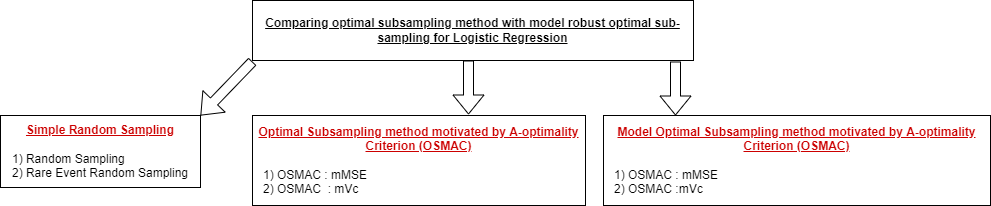
Amalan-ConStat/RS_OS_MROS_PR_TwoVar_Normal keeps this draw.io diagram as Images/All Methods Figure.png. Above is the earlier version. Source tidied: cells renumbered, new cells last; positions are measured from the earlier drawing's top-left corner, leaving out a move shared by most shapes.
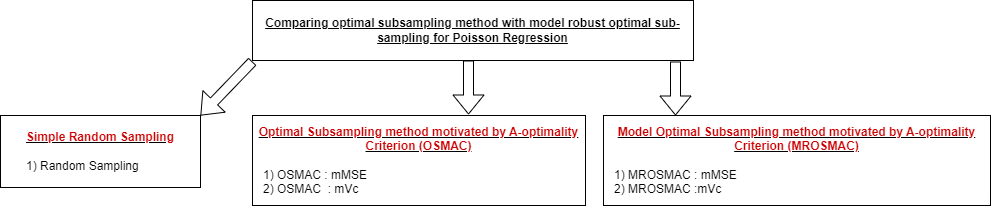
The same diagram one commit later.

Diff of the diagram source:
```diff
@@ -2,16 +2,16 @@
   <root>
     <mxCell id="0" />
     <mxCell id="1" parent="0" />
-    <mxCell id="2" value="&lt;div&gt;&lt;span&gt;&lt;u&gt;&lt;b&gt;&lt;font color=&quot;#cc0000&quot;&gt;Simple Random Sampling&lt;/font&gt;&lt;/b&gt;&lt;/u&gt;&lt;/span&gt;&lt;/div&gt;&lt;div&gt;&lt;span&gt;&lt;br&gt;&lt;/span&gt;&lt;/div&gt;&lt;div style=&quot;text-align: left&quot;&gt;&lt;span&gt;1) Random Sampling&lt;/span&gt;&lt;/div&gt;&lt;div style=&quot;text-align: left&quot;&gt;&lt;span&gt;2) Rare Event Random Sampling&lt;/span&gt;&lt;/div&gt;" style="rounded=0;whiteSpace=wrap;html=1;align=center;" parent="1" vertex="1">
+    <mxCell id="2" value="&lt;div&gt;&lt;span&gt;&lt;u&gt;&lt;b&gt;&lt;font color=&quot;#cc0000&quot;&gt;Simple Random Sampling&lt;/font&gt;&lt;/b&gt;&lt;/u&gt;&lt;/span&gt;&lt;/div&gt;&lt;div&gt;&lt;span&gt;&lt;br&gt;&lt;/span&gt;&lt;/div&gt;&lt;div style=&quot;text-align: left&quot;&gt;&lt;span&gt;1) Random Sampling&lt;br&gt;&lt;/span&gt;&lt;/div&gt;" style="rounded=0;whiteSpace=wrap;html=1;align=center;" parent="1" vertex="1">
       <mxGeometry y="115" width="200" height="72" as="geometry" />
     </mxCell>
     <mxCell id="3" value="&lt;b&gt;&lt;u&gt;&lt;font color=&quot;#cc0000&quot;&gt;Optimal Subsampling method motivated by A-optimality Criterion (OSMAC)&lt;/font&gt;&lt;br&gt;&lt;/u&gt;&lt;/b&gt;&lt;br&gt;&lt;div style=&quot;text-align: justify&quot;&gt;&lt;span&gt;&amp;nbsp; &amp;nbsp;1) OSMAC : mMSE&lt;/span&gt;&lt;/div&gt;&lt;div style=&quot;text-align: justify&quot;&gt;&lt;span&gt;&amp;nbsp; &amp;nbsp;2) OSMAC&amp;nbsp; : mVc&lt;/span&gt;&lt;/div&gt;" style="rounded=0;whiteSpace=wrap;html=1;" parent="1" vertex="1">
       <mxGeometry x="252" y="115" width="333" height="90" as="geometry" />
     </mxCell>
-    <mxCell id="4" value="Comparing optimal subsampling method with model robust optimal sub-sampling for Logistic Regression" style="rounded=0;whiteSpace=wrap;html=1;fontStyle=5;" parent="1" vertex="1">
+    <mxCell id="4" value="Comparing optimal subsampling method with model robust optimal sub-sampling for Poisson Regression" style="rounded=0;whiteSpace=wrap;html=1;fontStyle=5;" parent="1" vertex="1">
       <mxGeometry x="252" width="441" height="60" as="geometry" />
     </mxCell>
-    <mxCell id="5" value="&lt;b&gt;&lt;u&gt;&lt;font color=&quot;#cc0000&quot;&gt;Model Optimal Subsampling method motivated by A-optimality Criterion (OSMAC)&lt;/font&gt;&lt;br&gt;&lt;/u&gt;&lt;/b&gt;&lt;br&gt;&lt;div style=&quot;text-align: justify&quot;&gt;&lt;span&gt;&amp;nbsp; &amp;nbsp;1) OSMAC : mMSE&lt;/span&gt;&lt;/div&gt;&lt;div style=&quot;text-align: justify&quot;&gt;&lt;span&gt;&amp;nbsp; &amp;nbsp;2) OSMAC :mVc&lt;/span&gt;&lt;/div&gt;" style="rounded=0;whiteSpace=wrap;html=1;" parent="1" vertex="1">
+    <mxCell id="5" value="&lt;b&gt;&lt;u&gt;&lt;font color=&quot;#cc0000&quot;&gt;Model Optimal Subsampling method motivated by A-optimality Criterion (MROSMAC)&lt;/font&gt;&lt;br&gt;&lt;/u&gt;&lt;/b&gt;&lt;br&gt;&lt;div style=&quot;text-align: justify&quot;&gt;&lt;span&gt;&amp;nbsp; &amp;nbsp;1) MROSMAC : mMSE&lt;/span&gt;&lt;/div&gt;&lt;div style=&quot;text-align: justify&quot;&gt;&lt;span&gt;&amp;nbsp; &amp;nbsp;2) MROSMAC :mVc&lt;/span&gt;&lt;/div&gt;" style="rounded=0;whiteSpace=wrap;html=1;" parent="1" vertex="1">
       <mxGeometry x="603" y="115" width="387" height="90" as="geometry" />
     </mxCell>
     <mxCell id="6" style="shape=flexArrow;endArrow=classic;html=1;rounded=0;fontFamily=Verdana;fontSize=13;fontColor=#0000FF;" parent="1" edge="1">
```
